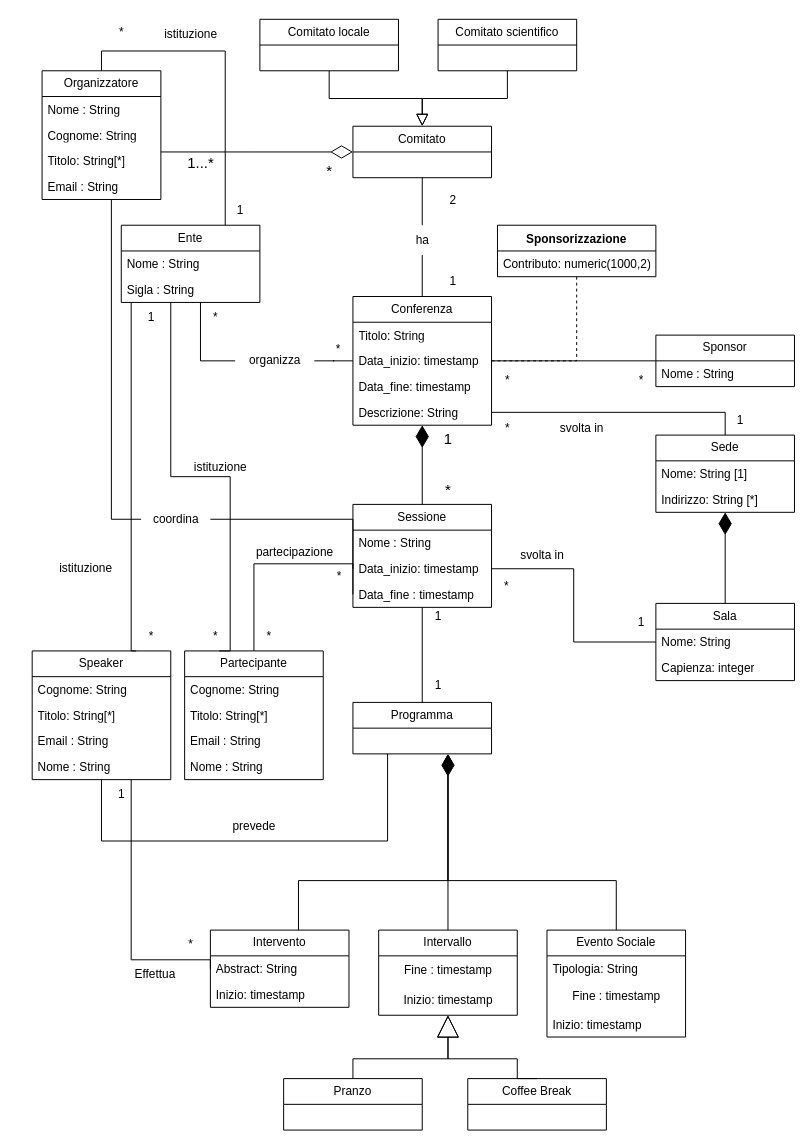
This is Documentazione/Documentazione_DB/Immagini/Schema_Concettuale.drawio from Antonio-Caporaso/OO-BD-22-23, a draw.io file, before an edit. Source tidied: cells renumbered, new cells numbered last; positions are measured from the earlier drawing's top-left corner, leaving out a move shared by most shapes. Both pictures are drawn from the tidied source at 99%, with x=0, y=0 at pixel (32, 17).
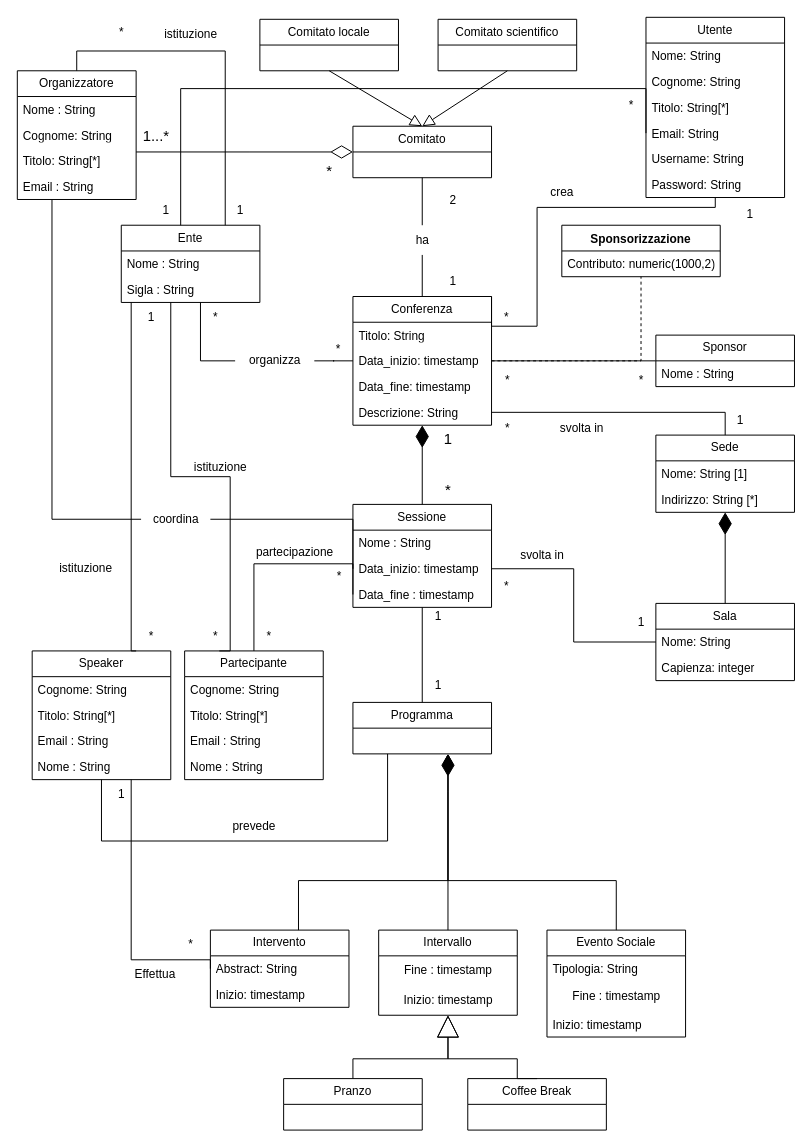
After the change.

The change refers to these unchanged cells:
```xml
<mxCell id="7" value="Comitato" style="swimlane;fontStyle=0;horizontal=1;startSize=26;fillColor=none;whiteSpace=wrap;html=1;" parent="1" vertex="1">
  <mxGeometry x="324" y="110" width="140" height="52" as="geometry" />
</mxCell>
<mxCell id="9" value="Comitato locale" style="swimlane;fontStyle=0;horizontal=1;startSize=26;fillColor=none;whiteSpace=wrap;html=1;" parent="1" vertex="1">
  <mxGeometry x="230" y="2" width="140" height="52" as="geometry" />
</mxCell>
<mxCell id="11" value="Comitato scientifico" style="swimlane;fontStyle=0;horizontal=1;startSize=26;fillColor=none;whiteSpace=wrap;html=1;" parent="1" vertex="1">
  <mxGeometry x="410" y="2" width="140" height="52" as="geometry" />
</mxCell>
<mxCell id="16" value="Conferenza" style="swimlane;fontStyle=0;horizontal=1;startSize=26;fillColor=none;whiteSpace=wrap;html=1;fontFamily=Helvetica;fontSize=12;fontColor=default;" parent="1" vertex="1">
  <mxGeometry x="324" y="282" width="140" height="130" as="geometry" />
</mxCell>
<mxCell id="34" value="Ente" style="swimlane;fontStyle=0;horizontal=1;startSize=26;fillColor=none;whiteSpace=wrap;html=1;fontFamily=Helvetica;fontSize=12;fontColor=default;" parent="1" vertex="1">
  <mxGeometry x="90" y="210" width="140" height="78" as="geometry" />
</mxCell>
<mxCell id="51" value="coordina" style="text;html=1;align=center;verticalAlign=middle;points=[];strokeColor=none;fillColor=none;fontSize=12;fontFamily=Helvetica;fontColor=default;" parent="1" vertex="1">
  <mxGeometry x="110" y="492" width="70" height="30" as="geometry" />
</mxCell>
```

Diff of the diagram source:
```diff
@@
     <mxCell id="2" value="Organizzatore" style="swimlane;fontStyle=0;horizontal=1;startSize=26;fillColor=none;whiteSpace=wrap;html=1;" parent="1" vertex="1">
-      <mxGeometry x="10" y="54" width="120" height="130" as="geometry" />
+      <mxGeometry x="-15" y="54" width="120" height="130" as="geometry" />
     </mxCell>
@@
-    <mxCell id="8" style="edgeStyle=orthogonalEdgeStyle;rounded=0;jettySize=auto;html=1;exitX=0.5;exitY=1;exitDx=0;exitDy=0;endSize=10;endArrow=block;endFill=0;" parent="1" edge="1" source="9" target="7">
+    <mxCell id="8" style="rounded=0;jettySize=auto;html=1;exitX=0.5;exitY=1;exitDx=0;exitDy=0;endSize=10;endArrow=block;endFill=0;entryX=0.5;entryY=0;entryDx=0;entryDy=0;" parent="1" edge="1" source="9" target="7">
       <mxGeometry relative="1" as="geometry" />
     </mxCell>
@@
-    <mxCell id="10" style="edgeStyle=orthogonalEdgeStyle;rounded=0;jettySize=auto;html=1;exitX=0.5;exitY=1;exitDx=0;exitDy=0;entryX=0.5;entryY=0;entryDx=0;entryDy=0;endArrow=block;endFill=0;endSize=10;" parent="1" edge="1" source="11" target="7">
+    <mxCell id="10" style="rounded=0;jettySize=auto;html=1;exitX=0.5;exitY=1;exitDx=0;exitDy=0;entryX=0.5;entryY=0;entryDx=0;entryDy=0;endArrow=block;endFill=0;endSize=10;" parent="1" edge="1" source="11" target="7">
       <mxGeometry relative="1" as="geometry" />
     </mxCell>
@@
     <mxCell id="13" value="&lt;font style=&quot;font-size: 15px;&quot;&gt;1...*&lt;/font&gt;" style="text;html=1;align=center;verticalAlign=middle;strokeColor=none;fillColor=none;" parent="1" vertex="1">
-      <mxGeometry x="145" y="132" width="50" height="30" as="geometry" />
+      <mxGeometry x="100" y="104" width="50" height="30" as="geometry" />
     </mxCell>
@@
+    <mxCell id="118" style="edgeStyle=orthogonalEdgeStyle;rounded=0;jettySize=auto;html=1;exitX=1;exitY=0;exitDx=0;exitDy=0;endArrow=none;endFill=0;" parent="1" edge="1" source="16" target="119">
+      <mxGeometry relative="1" as="geometry">
+        <Array as="points">
+          <mxPoint x="464" y="312" />
+          <mxPoint x="510" y="312" />
+          <mxPoint x="510" y="192" />
+          <mxPoint x="690" y="192" />
+        </Array>
+      </mxGeometry>
+    </mxCell>
@@
     <mxCell id="27" value="Sponsorizzazione" style="swimlane;fontStyle=1;align=center;verticalAlign=top;horizontal=1;startSize=26;whiteSpace=wrap;html=1;fontFamily=Helvetica;fontSize=12;fontColor=default;fillColor=none;gradientColor=none;" parent="1" vertex="1">
-      <mxGeometry x="470" y="210" width="160" height="52" as="geometry" />
+      <mxGeometry x="535" y="210" width="160" height="52" as="geometry" />
     </mxCell>
@@
     <mxCell id="49" style="edgeStyle=orthogonalEdgeStyle;rounded=0;jettySize=auto;html=1;exitX=0;exitY=0.5;exitDx=0;exitDy=0;fontFamily=Helvetica;fontSize=12;fontColor=default;endArrow=none;endFill=0;" parent="1" edge="1" source="51" target="2">
       <mxGeometry relative="1" as="geometry">
         <Array as="points">
-          <mxPoint x="80" y="507" />
+          <mxPoint x="20" y="507" />
         </Array>
       </mxGeometry>
     </mxCell>
@@
+    <mxCell id="119" value="Utente" style="swimlane;fontStyle=0;horizontal=1;startSize=26;fillColor=none;whiteSpace=wrap;html=1;" parent="1" vertex="1">
+      <mxGeometry x="620" width="140" height="182" as="geometry" />
+    </mxCell>
+    <mxCell id="120" value="Nome: String" style="text;strokeColor=none;fillColor=none;align=left;verticalAlign=top;spacingLeft=4;spacingRight=4;overflow=hidden;whiteSpace=wrap;html=1;" parent="119" vertex="1">
+      <mxGeometry y="26" width="140" height="26" as="geometry" />
+    </mxCell>
+    <mxCell id="121" value="Cognome: String" style="text;strokeColor=none;fillColor=none;align=left;verticalAlign=top;spacingLeft=4;spacingRight=4;overflow=hidden;whiteSpace=wrap;html=1;" parent="119" vertex="1">
+      <mxGeometry y="52" width="140" height="26" as="geometry" />
+    </mxCell>
+    <mxCell id="122" value="Titolo: String[*]" style="text;strokeColor=none;fillColor=none;align=left;verticalAlign=top;spacingLeft=4;spacingRight=4;overflow=hidden;whiteSpace=wrap;html=1;" parent="119" vertex="1">
+      <mxGeometry y="78" width="140" height="26" as="geometry" />
+    </mxCell>
+    <mxCell id="123" value="Email: String" style="text;strokeColor=none;fillColor=none;align=left;verticalAlign=top;spacingLeft=4;spacingRight=4;overflow=hidden;points=[[0,0.5],[1,0.5]];portConstraint=eastwest;whiteSpace=wrap;html=1;" parent="119" vertex="1">
+      <mxGeometry y="104" width="140" height="26" as="geometry" />
+    </mxCell>
+    <mxCell id="124" value="Username: String" style="text;strokeColor=none;fillColor=none;align=left;verticalAlign=top;spacingLeft=4;spacingRight=4;overflow=hidden;whiteSpace=wrap;html=1;" parent="119" vertex="1">
+      <mxGeometry y="130" width="140" height="26" as="geometry" />
+    </mxCell>
+    <mxCell id="125" value="Password: String&lt;br&gt;" style="text;strokeColor=none;fillColor=none;align=left;verticalAlign=top;spacingLeft=4;spacingRight=4;overflow=hidden;whiteSpace=wrap;html=1;" parent="119" vertex="1">
+      <mxGeometry y="156" width="140" height="26" as="geometry" />
+    </mxCell>
+    <mxCell id="126" value="crea" style="text;html=1;align=center;verticalAlign=middle;strokeColor=none;fillColor=none;" parent="1" vertex="1">
+      <mxGeometry x="510" y="162" width="50" height="30" as="geometry" />
+    </mxCell>
+    <mxCell id="127" value="1" style="text;html=1;align=center;verticalAlign=middle;strokeColor=none;fillColor=none;" parent="1" vertex="1">
+      <mxGeometry x="710" y="184" width="30" height="30" as="geometry" />
+    </mxCell>
+    <mxCell id="128" value="*" style="text;html=1;align=center;verticalAlign=middle;strokeColor=none;fillColor=none;" parent="1" vertex="1">
+      <mxGeometry x="464" y="288" width="30" height="30" as="geometry" />
+    </mxCell>
+    <mxCell id="129" style="edgeStyle=orthogonalEdgeStyle;rounded=0;jettySize=auto;html=1;exitX=0;exitY=0.5;exitDx=0;exitDy=0;endArrow=none;endFill=0;" parent="1" edge="1" source="123" target="34">
+      <mxGeometry relative="1" as="geometry">
+        <Array as="points">
+          <mxPoint x="620" y="72" />
+          <mxPoint x="150" y="72" />
+        </Array>
+      </mxGeometry>
+    </mxCell>
+    <mxCell id="130" value="1" style="text;html=1;align=center;verticalAlign=middle;strokeColor=none;fillColor=none;" parent="1" vertex="1">
+      <mxGeometry x="120" y="180" width="30" height="30" as="geometry" />
+    </mxCell>
+    <mxCell id="131" value="*" style="text;html=1;align=center;verticalAlign=middle;strokeColor=none;fillColor=none;" parent="1" vertex="1">
+      <mxGeometry x="590" y="74" width="30" height="30" as="geometry" />
+    </mxCell>
```
